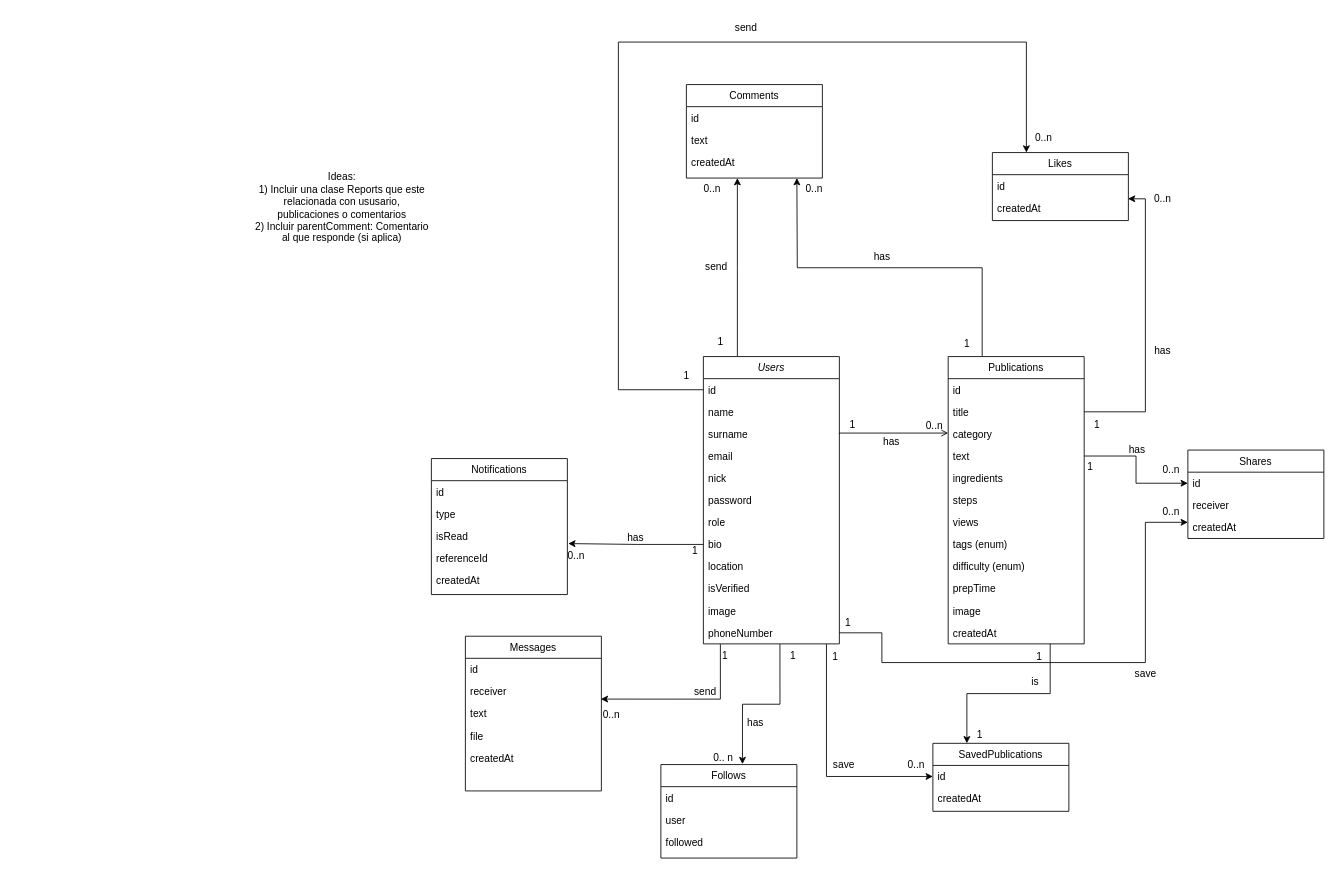
jaicabher1/RecipeWeb keeps this draw.io diagram as resources/uml.drawio. Above is the earlier version. Source tidied: cells renumbered, new cells numbered last; positions are measured from the earlier drawing's top-left corner, leaving out a move shared by most shapes. Both pictures are drawn from the tidied source at 85%, with x=0, y=0 at pixel (252, 14).
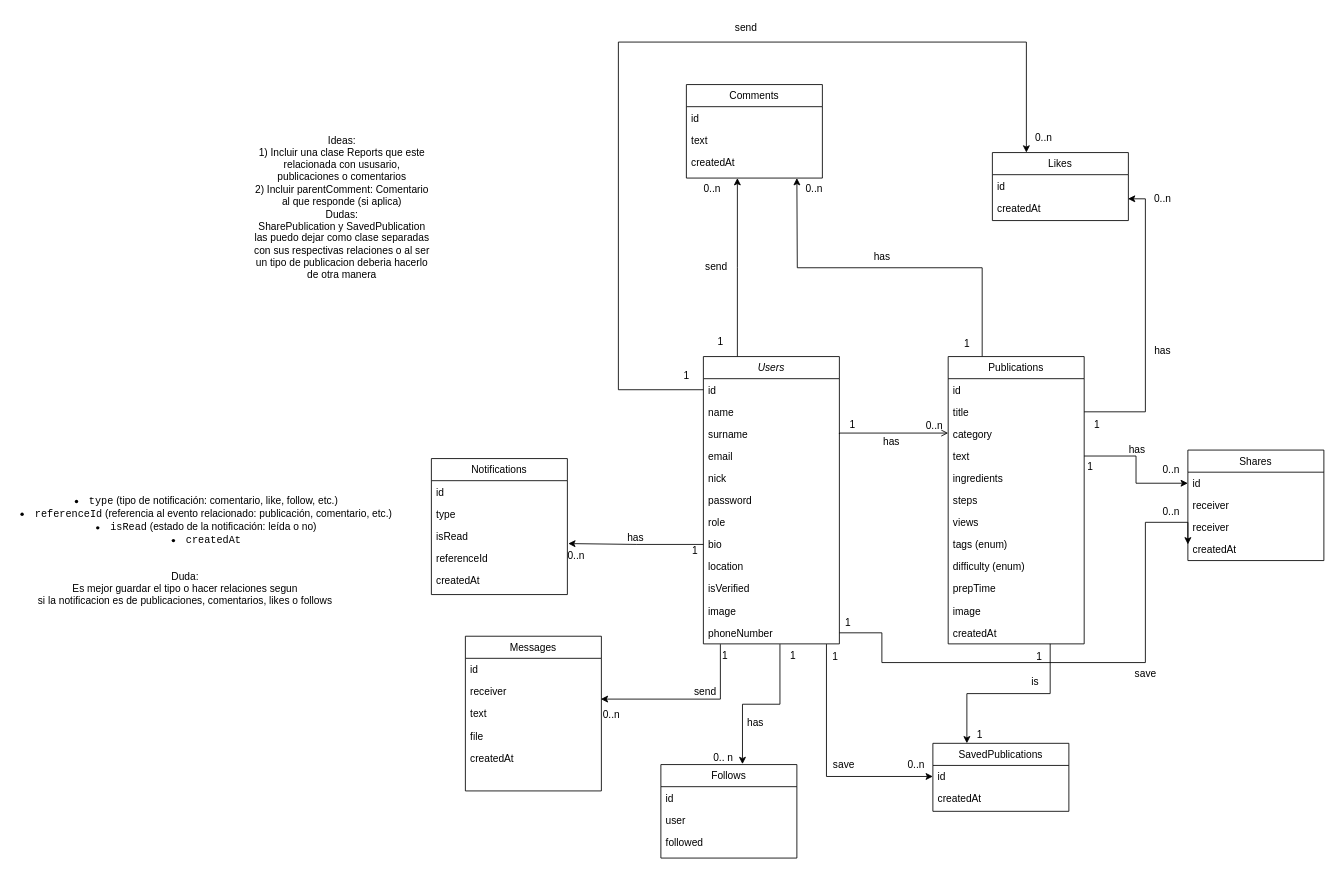
Above is the later version.

The edit, as a diff of the source:
```diff
@@
     <mxCell id="73" value="Shares" style="swimlane;fontStyle=0;align=center;verticalAlign=top;horizontal=1;startSize=26;rounded=0;shadow=0;strokeWidth=1;" parent="1" vertex="1">
-      <mxGeometry x="1100" y="512" width="160" height="104" as="geometry" />
+      <mxGeometry x="1100" y="512" width="160" height="130" as="geometry" />
     </mxCell>
@@
+    <mxCell id="107" value="receiver" style="text;align=left;verticalAlign=top;spacingLeft=4;spacingRight=4;overflow=hidden;" parent="73" vertex="1">
+      <mxGeometry y="78" width="160" height="26" as="geometry" />
+    </mxCell>
     <mxCell id="76" value="createdAt" style="text;align=left;verticalAlign=top;spacingLeft=4;spacingRight=4;overflow=hidden;points=[[0,0.5],[1,0.5]];portConstraint=eastwest;rounded=0;shadow=0;html=0;" parent="73" vertex="1">
-      <mxGeometry y="78" width="160" height="26" as="geometry" />
+      <mxGeometry y="104" width="160" height="26" as="geometry" />
     </mxCell>
@@
-    <mxCell id="101" value="Ideas:&lt;br&gt;1) Incluir una clase Reports que este relacionada con ususario, publicaciones o comentarios&lt;div&gt;2) Incluir&amp;nbsp;parentComment: Comentario al que responde (si aplica)&lt;/div&gt;" style="text;html=1;align=center;verticalAlign=middle;whiteSpace=wrap;rounded=0;" parent="1" vertex="1">
+    <mxCell id="101" value="Ideas:&lt;br&gt;1) Incluir una clase Reports que este relacionada con ususario, publicaciones o comentarios&lt;div&gt;2) Incluir&amp;nbsp;parentComment: Comentario al que responde (si aplica)&lt;/div&gt;&lt;div&gt;Dudas:&lt;/div&gt;&lt;div&gt;SharePublication y SavedPublication las puedo dejar como clase separadas con sus respectivas relaciones o al ser un tipo de publicacion deberia hacerlo de otra manera&lt;/div&gt;" style="text;html=1;align=center;verticalAlign=middle;whiteSpace=wrap;rounded=0;" parent="1" vertex="1">
       <mxGeometry y="112" width="210" height="230" as="geometry" />
     </mxCell>
@@
+    <mxCell id="108" value="&lt;li&gt;&lt;code&gt;type&lt;/code&gt; (tipo de notificación: comentario, like, follow, etc.)&lt;/li&gt;&lt;li&gt;&lt;code&gt;referenceId&lt;/code&gt; (referencia al evento relacionado: publicación, comentario, etc.)&lt;/li&gt;&lt;li&gt;&lt;code&gt;isRead&lt;/code&gt; (estado de la notificación: leída o no)&lt;/li&gt;&lt;li&gt;&lt;code&gt;createdAt&lt;/code&gt;&lt;/li&gt;" style="text;html=1;align=center;verticalAlign=middle;strokeColor=none;fillColor=none;" parent="1" vertex="1">
+      <mxGeometry x="-280" y="560" width="450" height="70" as="geometry" />
+    </mxCell>
+    <mxCell id="109" value="Duda:&lt;br&gt;Es mejor guardar el tipo o hacer relaciones segun&lt;div&gt;si la notificacion es de publicaciones, comentarios, likes o follows&lt;/div&gt;" style="text;html=1;align=center;verticalAlign=middle;strokeColor=none;fillColor=none;" parent="1" vertex="1">
+      <mxGeometry x="-265" y="645" width="370" height="60" as="geometry" />
+    </mxCell>
```
